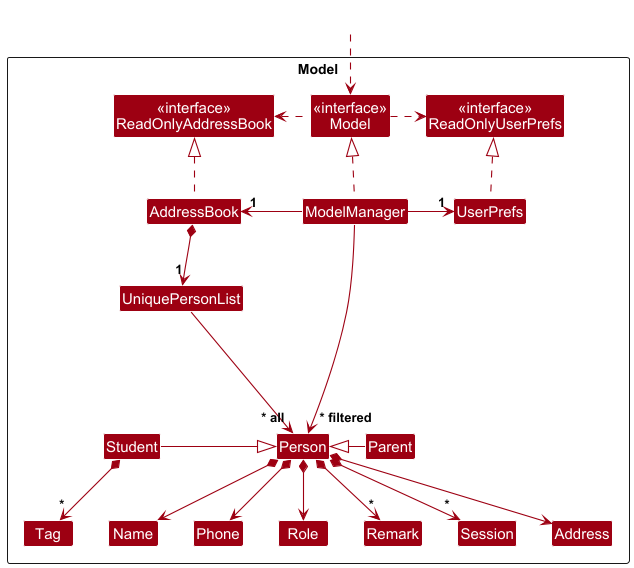
Before: docs/images/ModelClassDiagram.png, a diagram exported from PlantUML (tgonet/tp).
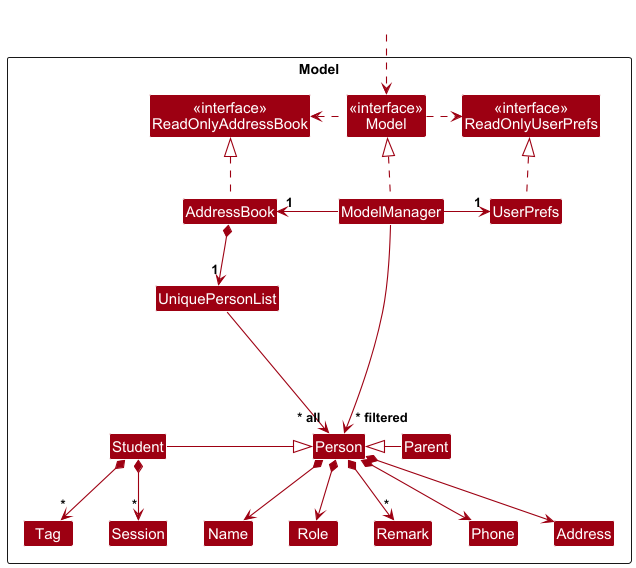
After the commit.

Diff of the diagram source:
```diff
@@ -49,7 +49,7 @@
 Person *--> Address
 Person *--> Role
 Person *--> "*" Remark
-Person *--> "*" Session
+Student *--> "*" Session
 Student *--> "*" Tag
 
 Person -[hidden]up--> I
```
